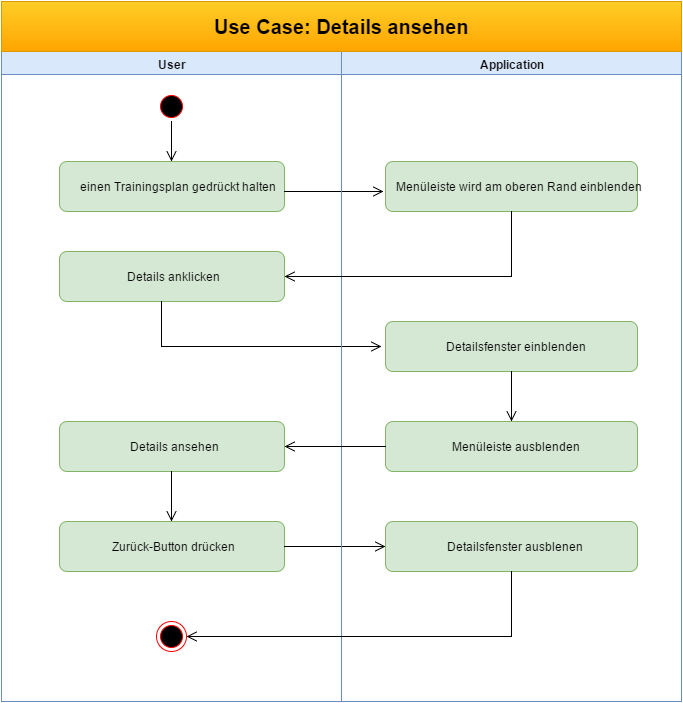
Above: UCDs/Use Case- Details ansehen.png in MH0896/MuM-s-Fit (draw.io), before the change. Source tidied: cells renumbered, new cells last; positions are measured from the earlier drawing's top-left corner, leaving out a move shared by most shapes.
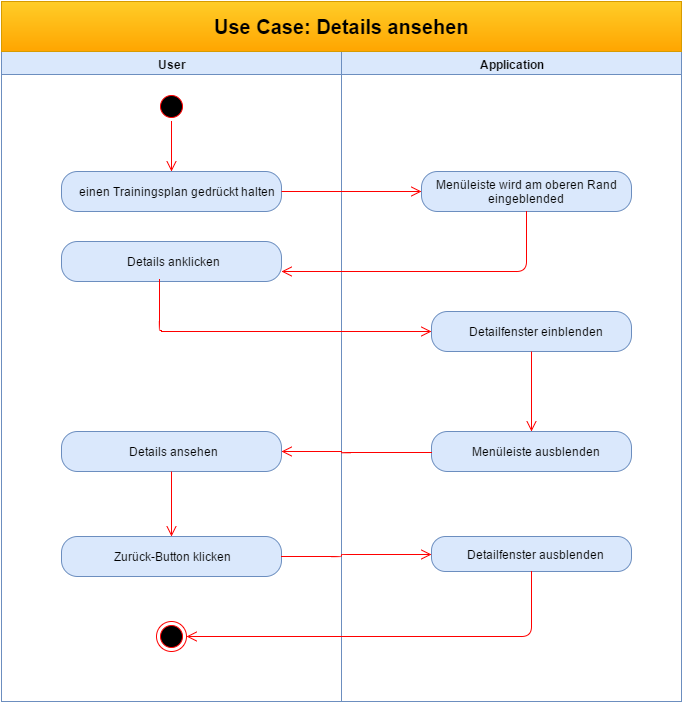
The same diagram one commit later.

Diff of the diagram source:
```diff
@@ -2,114 +2,108 @@
   <root>
     <mxCell id="0" style="html=1;" />
     <mxCell id="1" style="html=1;" parent="0" />
+    <mxCell id="24" style="group;" parent="1" vertex="1">
+      <mxGeometry x="-770" y="-1125" width="680" height="700" as="geometry" />
+    </mxCell>
+    <mxCell id="25" style="group;" parent="24" vertex="1">
+      <mxGeometry width="680" height="700" as="geometry" />
+    </mxCell>
-    <mxCell id="2" value="User" style="swimlane;whiteSpace=wrap;html=1;fillColor=#dae8fc;strokeColor=#6c8ebf;" parent="1" vertex="1">
+    <mxCell id="2" value="User" style="swimlane;whiteSpace=wrap;html=1;fillColor=#dae8fc;strokeColor=#6c8ebf;" parent="25" vertex="1">
       <mxGeometry y="50" width="340" height="650" as="geometry" />
     </mxCell>
     <mxCell id="3" style="ellipse;shape=startState;fillColor=#000000;strokeColor=#ff0000;html=1;" parent="2" vertex="1">
       <mxGeometry x="155" y="40" width="30" height="30" as="geometry" />
     </mxCell>
-    <mxCell id="4" style="edgeStyle=elbowEdgeStyle;elbow=horizontal;verticalAlign=bottom;endArrow=open;endSize=8;strokeColor=#000000;endFill=1;rounded=0;html=1;exitX=0.5;exitY=1;" parent="2" edge="1" source="3">
+    <mxCell id="4" style="edgeStyle=elbowEdgeStyle;elbow=horizontal;verticalAlign=bottom;endArrow=open;endSize=8;strokeColor=#FF0000;endFill=1;rounded=0;html=1;exitX=0.5;exitY=1;fillColor=#f8cecc;entryX=0.5;entryY=0;" parent="2" edge="1" source="3" target="5">
       <mxGeometry x="100" y="40" as="geometry">
-        <mxPoint x="170" y="110" as="targetPoint" />
         <Array as="points">
           <mxPoint x="170" y="100" />
         </Array>
       </mxGeometry>
     </mxCell>
+    <mxCell id="13" style="ellipse;html=1;shape=endState;fillColor=#000000;strokeColor=#ff0000;" parent="2" vertex="1">
+      <mxGeometry x="155" y="570" width="30" height="30" as="geometry" />
+    </mxCell>
-    <mxCell id="5" value="einen Trainingsplan gedrückt halten" style="html=1;fillColor=#d5e8d4;strokeColor=#82b366;rounded=1;" parent="2" vertex="1">
-      <mxGeometry x="58" y="110" width="225" height="50" as="geometry" />
+    <mxCell id="5" value="einen Trainingsplan gedrückt halten" style="rounded=1;whiteSpace=wrap;html=1;arcSize=40;fillColor=#dae8fc;strokeColor=#6c8ebf;" parent="2" vertex="1">
+      <mxGeometry x="60" y="120" width="220" height="40" as="geometry" />
     </mxCell>
-    <mxCell id="6" style="edgeStyle=elbowEdgeStyle;elbow=horizontal;verticalAlign=bottom;endArrow=open;endSize=8;strokeColor=#000000;endFill=1;rounded=0;html=1;exitX=0.5;exitY=1;entryX=-0.006;entryY=0.595;entryPerimeter=0;" parent="2" edge="1" target="15">
-      <mxGeometry x="253" y="80" as="geometry">
-        <mxPoint x="283" y="140" as="sourcePoint" />
-      </mxGeometry>
-    </mxCell>
-    <mxCell id="7" value="Details anklicken" style="html=1;fillColor=#d5e8d4;strokeColor=#82b366;rounded=1;" parent="2" vertex="1">
-      <mxGeometry x="58" y="200" width="225" height="50" as="geometry" />
+    <mxCell id="7" value="Details anklicken" style="rounded=1;whiteSpace=wrap;html=1;arcSize=40;fillColor=#dae8fc;strokeColor=#6c8ebf;" parent="2" vertex="1">
+      <mxGeometry x="60" y="190" width="220" height="40" as="geometry" />
     </mxCell>
-    <mxCell id="8" style="edgeStyle=elbowEdgeStyle;elbow=horizontal;verticalAlign=bottom;endArrow=open;endSize=8;strokeColor=#000000;endFill=1;rounded=0;html=1;" parent="2" edge="1">
-      <mxGeometry x="170" y="216" as="geometry">
-        <mxPoint x="160" y="250" as="sourcePoint" />
-        <mxPoint x="380" y="295" as="targetPoint" />
-        <Array as="points">
-          <mxPoint x="160" y="316" />
-        </Array>
-      </mxGeometry>
-    </mxCell>
-    <mxCell id="9" value="Details ansehen" style="html=1;fillColor=#d5e8d4;strokeColor=#82b366;rounded=1;" parent="2" vertex="1">
-      <mxGeometry x="58" y="370" width="225" height="50" as="geometry" />
+    <mxCell id="9" value="Details ansehen" style="rounded=1;whiteSpace=wrap;html=1;arcSize=40;fillColor=#dae8fc;strokeColor=#6c8ebf;" parent="2" vertex="1">
+      <mxGeometry x="60" y="380" width="220" height="40" as="geometry" />
     </mxCell>
-    <mxCell id="10" value="Zurück-Button drücken" style="html=1;fillColor=#d5e8d4;strokeColor=#82b366;rounded=1;" parent="2" vertex="1">
-      <mxGeometry x="58" y="470" width="225" height="50" as="geometry" />
-    </mxCell>
-    <mxCell id="11" style="edgeStyle=elbowEdgeStyle;elbow=horizontal;verticalAlign=bottom;endArrow=open;endSize=8;strokeColor=#000000;endFill=1;rounded=0;html=1;exitX=0.5;exitY=1;" parent="2" edge="1">
-      <mxGeometry x="160" y="386" as="geometry">
-        <mxPoint x="170.2" y="420.1" as="sourcePoint" />
-        <mxPoint x="170" y="470" as="targetPoint" />
-        <Array as="points">
-          <mxPoint x="170" y="440" />
-        </Array>
-      </mxGeometry>
-    </mxCell>
-    <mxCell id="12" style="edgeStyle=elbowEdgeStyle;elbow=horizontal;verticalAlign=bottom;endArrow=open;endSize=8;strokeColor=#000000;endFill=1;rounded=0;html=1;exitX=0.5;exitY=1;entryX=0;entryY=0.5;" parent="2" edge="1" target="19">
-      <mxGeometry x="313" y="441" as="geometry">
-        <mxPoint x="283.2" y="495.1" as="sourcePoint" />
-        <Array as="points">
-          <mxPoint x="283" y="515" />
-        </Array>
-      </mxGeometry>
-    </mxCell>
-    <mxCell id="13" style="ellipse;html=1;shape=endState;fillColor=#000000;strokeColor=#ff0000;" parent="2" vertex="1">
-      <mxGeometry x="155" y="570" width="30" height="30" as="geometry" />
-    </mxCell>
+    <mxCell id="26" style="edgeStyle=orthogonalEdgeStyle;html=1;verticalAlign=bottom;endArrow=open;endSize=8;strokeColor=#ff0000;entryX=0.5;entryY=0;" parent="2" edge="1" source="9" target="27">
+      <mxGeometry relative="1" as="geometry">
+        <Array as="points">
+          <mxPoint x="143" y="415" />
+          <mxPoint x="170" y="415" />
+        </Array>
+      </mxGeometry>
+    </mxCell>
+    <mxCell id="27" value="Zurück-Button klicken" style="rounded=1;whiteSpace=wrap;html=1;arcSize=40;fillColor=#dae8fc;strokeColor=#6c8ebf;" parent="2" vertex="1">
+      <mxGeometry x="60" y="485" width="220" height="40" as="geometry" />
+    </mxCell>
-    <mxCell id="14" value="Application" style="swimlane;whiteSpace=wrap;html=1;fillColor=#dae8fc;strokeColor=#6c8ebf;" parent="1" vertex="1">
+    <mxCell id="14" value="Application" style="swimlane;whiteSpace=wrap;html=1;fillColor=#dae8fc;strokeColor=#6c8ebf;" parent="25" vertex="1">
       <mxGeometry x="340" y="50" width="340" height="650" as="geometry" />
     </mxCell>
-    <mxCell id="15" value="Menüleiste wird am oberen Rand einblenden" style="html=1;fillColor=#d5e8d4;strokeColor=#82b366;rounded=1;" parent="14" vertex="1">
-      <mxGeometry x="44" y="110" width="252" height="50" as="geometry" />
-    </mxCell>
-    <mxCell id="16" value="Detailsfenster einblenden" style="html=1;fillColor=#d5e8d4;strokeColor=#82b366;rounded=1;" parent="14" vertex="1">
-      <mxGeometry x="44" y="270" width="252" height="50" as="geometry" />
-    </mxCell>
+    <mxCell id="28" value="Menüleiste wird am oberen Rand eingeblended" style="rounded=1;whiteSpace=wrap;html=1;arcSize=40;fillColor=#dae8fc;strokeColor=#6c8ebf;" parent="14" vertex="1">
+      <mxGeometry x="80" y="120" width="210" height="40" as="geometry" />
+    </mxCell>
+    <mxCell id="29" value="Detailfenster einblenden" style="rounded=1;whiteSpace=wrap;html=1;arcSize=40;fillColor=#dae8fc;strokeColor=#6c8ebf;" parent="14" vertex="1">
+      <mxGeometry x="90" y="260" width="200" height="40" as="geometry" />
+    </mxCell>
+    <mxCell id="30" style="edgeStyle=orthogonalEdgeStyle;html=1;verticalAlign=bottom;endArrow=open;endSize=8;strokeColor=#ff0000;entryX=0.5;entryY=0;" parent="14" edge="1" source="29" target="17">
+      <mxGeometry relative="1" as="geometry" />
+    </mxCell>
-    <mxCell id="17" value="Menüleiste ausblenden" style="html=1;fillColor=#d5e8d4;strokeColor=#82b366;rounded=1;" parent="14" vertex="1">
-      <mxGeometry x="44" y="370" width="252" height="50" as="geometry" />
+    <mxCell id="17" value="Menüleiste ausblenden" style="rounded=1;whiteSpace=wrap;html=1;arcSize=40;fillColor=#dae8fc;strokeColor=#6c8ebf;" parent="14" vertex="1">
+      <mxGeometry x="90" y="380" width="200" height="40" as="geometry" />
     </mxCell>
-    <mxCell id="18" style="edgeStyle=elbowEdgeStyle;elbow=horizontal;verticalAlign=bottom;endArrow=open;endSize=8;strokeColor=#000000;endFill=1;rounded=0;html=1;exitX=0.5;exitY=1;" parent="14" edge="1">
-      <mxGeometry x="200" y="266" as="geometry">
-        <mxPoint x="170.2" y="320.1" as="sourcePoint" />
-        <mxPoint x="170" y="370" as="targetPoint" />
-        <Array as="points">
-          <mxPoint x="170" y="340" />
-        </Array>
-      </mxGeometry>
-    </mxCell>
-    <mxCell id="19" value="Detailsfenster ausblenen" style="html=1;fillColor=#d5e8d4;strokeColor=#82b366;rounded=1;" parent="14" vertex="1">
-      <mxGeometry x="44" y="470" width="252" height="50" as="geometry" />
-    </mxCell>
-    <mxCell id="20" style="edgeStyle=elbowEdgeStyle;elbow=horizontal;verticalAlign=bottom;endArrow=open;endSize=8;strokeColor=#000000;endFill=1;rounded=0;html=1;exitX=0.5;exitY=1;entryX=1;entryY=0.5;" parent="14" edge="1" target="13">
-      <mxGeometry x="200" y="466" as="geometry">
-        <mxPoint x="170.2" y="520.1" as="sourcePoint" />
-        <Array as="points">
-          <mxPoint x="170" y="540" />
-        </Array>
-      </mxGeometry>
-    </mxCell>
+    <mxCell id="31" value="Detailfenster ausblenden" style="rounded=1;whiteSpace=wrap;html=1;arcSize=40;fillColor=#dae8fc;strokeColor=#6c8ebf;" parent="14" vertex="1">
+      <mxGeometry x="90" y="485" width="200" height="35" as="geometry" />
+    </mxCell>
-    <mxCell id="21" value="&lt;b&gt;&lt;font style=&quot;font-size: 20px&quot;&gt;Use Case: Details ansehen&lt;/font&gt;&lt;/b&gt;" style="html=1;fillColor=#ffcd28;strokeColor=#d79b00;gradientColor=#ffa500;" parent="1" vertex="1">
+    <mxCell id="21" value="&lt;b&gt;&lt;font style=&quot;font-size: 20px&quot;&gt;Use Case: Details ansehen&lt;/font&gt;&lt;/b&gt;" style="html=1;fillColor=#ffcd28;strokeColor=#d79b00;gradientColor=#ffa500;" parent="25" vertex="1">
       <mxGeometry width="680" height="50" as="geometry" />
     </mxCell>
-    <mxCell id="22" style="edgeStyle=elbowEdgeStyle;elbow=horizontal;verticalAlign=bottom;endArrow=open;endSize=8;strokeColor=#000000;endFill=1;rounded=0;html=1;exitX=0.5;exitY=1;entryX=1;entryY=0.5;" parent="1" edge="1" source="15" target="7">
-      <mxGeometry x="480" y="121" as="geometry">
-        <Array as="points">
-          <mxPoint x="510" y="200" />
-        </Array>
-      </mxGeometry>
-    </mxCell>
+    <mxCell id="32" style="edgeStyle=orthogonalEdgeStyle;html=1;verticalAlign=bottom;endArrow=open;endSize=8;strokeColor=#ff0000;entryX=0;entryY=0.5;" parent="25" edge="1" source="5" target="28">
+      <mxGeometry relative="1" as="geometry" />
+    </mxCell>
+    <mxCell id="33" style="edgeStyle=orthogonalEdgeStyle;html=1;verticalAlign=bottom;endArrow=open;endSize=8;strokeColor=#ff0000;entryX=1;entryY=0.75;exitX=0.5;exitY=1;" parent="25" edge="1" source="28" target="7">
+      <mxGeometry relative="1" as="geometry">
+        <Array as="points">
+          <mxPoint x="525" y="270" />
+        </Array>
+      </mxGeometry>
+    </mxCell>
+    <mxCell id="34" style="edgeStyle=orthogonalEdgeStyle;html=1;verticalAlign=bottom;endArrow=open;endSize=8;strokeColor=#ff0000;entryX=0;entryY=0.5;exitX=0.446;exitY=0.96;exitPerimeter=0;" parent="25" edge="1" source="7" target="29">
+      <mxGeometry relative="1" as="geometry">
+        <Array as="points">
+          <mxPoint x="160" y="329" />
+        </Array>
+      </mxGeometry>
+    </mxCell>
-    <mxCell id="23" style="edgeStyle=elbowEdgeStyle;elbow=horizontal;verticalAlign=bottom;endArrow=open;endSize=8;strokeColor=#000000;endFill=1;rounded=0;html=1;entryX=1;entryY=0.5;exitX=0;exitY=0.5;" parent="1" edge="1" source="17" target="9">
-      <mxGeometry x="520" y="386" as="geometry">
+    <mxCell id="23" style="edgeStyle=orthogonalEdgeStyle;html=1;verticalAlign=bottom;endArrow=open;endSize=8;strokeColor=#ff0000;entryX=1;entryY=0.5;" parent="25" edge="1" source="17" target="9">
+      <mxGeometry relative="1" as="geometry">
         <Array as="points">
-          <mxPoint x="330" y="460" />
+          <mxPoint x="340" y="451" />
+          <mxPoint x="340" y="450" />
         </Array>
       </mxGeometry>
     </mxCell>
+    <mxCell id="35" style="edgeStyle=orthogonalEdgeStyle;html=1;verticalAlign=bottom;endArrow=open;endSize=8;strokeColor=#ff0000;entryX=0;entryY=0.5;" parent="25" edge="1" source="27" target="31">
+      <mxGeometry relative="1" as="geometry">
+        <Array as="points">
+          <mxPoint x="340" y="555" />
+          <mxPoint x="340" y="553" />
+        </Array>
+      </mxGeometry>
+    </mxCell>
+    <mxCell id="36" style="edgeStyle=orthogonalEdgeStyle;html=1;verticalAlign=bottom;endArrow=open;endSize=8;strokeColor=#ff0000;entryX=1;entryY=0.5;exitX=0.5;exitY=1;" parent="25" edge="1" source="31" target="13">
+      <mxGeometry relative="1" as="geometry">
+        <Array as="points">
+          <mxPoint x="530" y="635" />
+        </Array>
+      </mxGeometry>
+    </mxCell>
   </root>
 </mxGraphModel>
```
